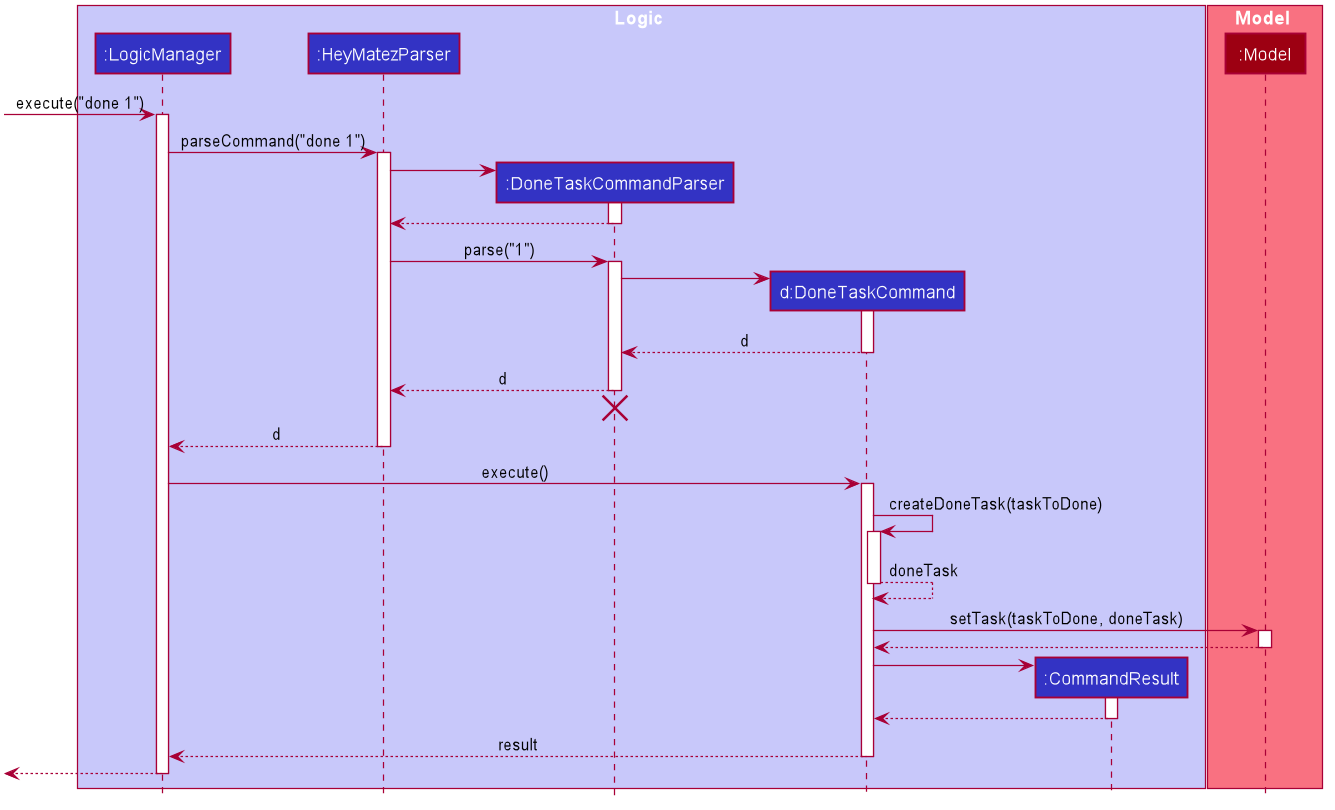
nus-cs2103-AY2021S2/tp keeps this PlantUML diagram as docs/images/DoneTaskSequenceDiagram.png. Above is the earlier version.
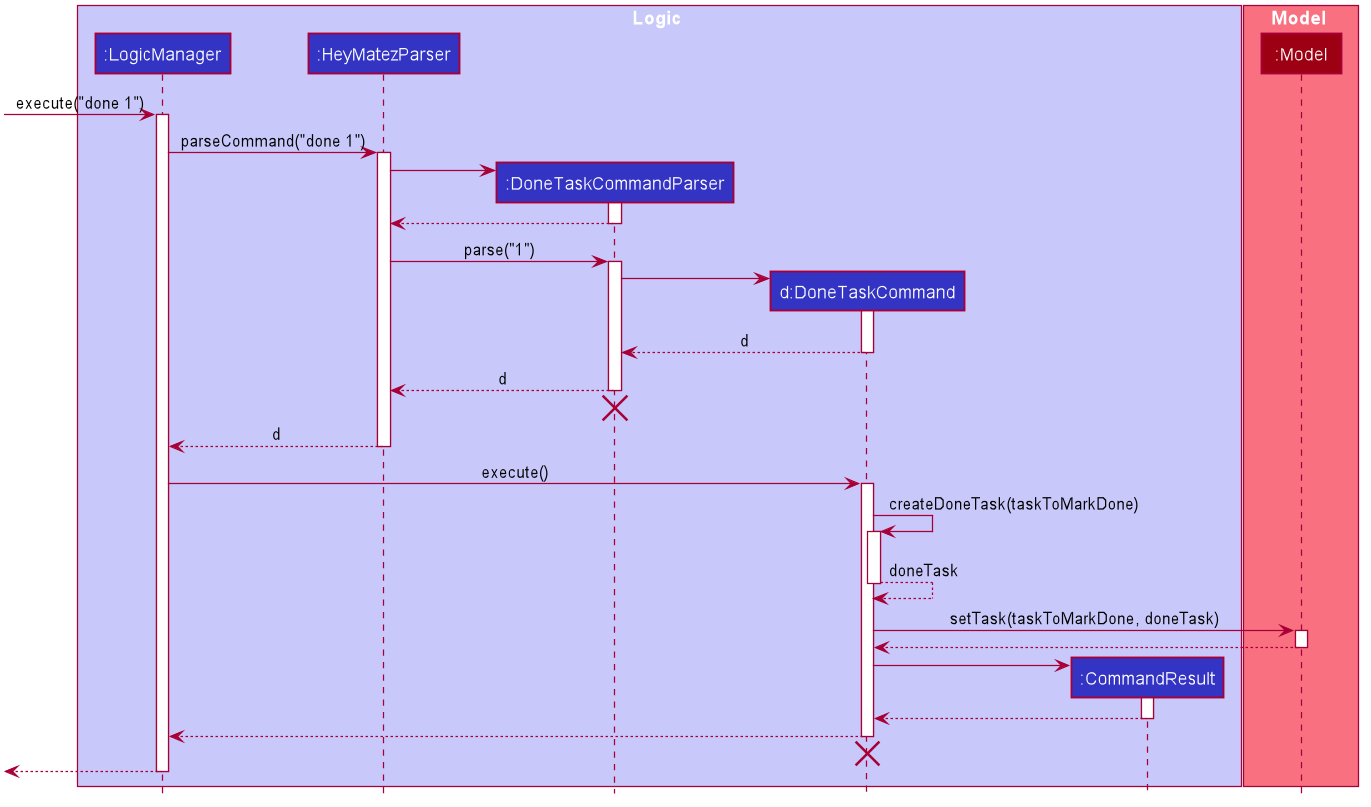
After the commit.

The edit, as a diff of the source:
```diff
@@ -94,13 +94,13 @@
 LogicManager -> DoneTaskCommand : execute()
 activate DoneTaskCommand
 
-DoneTaskCommand -> DoneTaskCommand : createDoneTask(taskToDone)
+DoneTaskCommand -> DoneTaskCommand : createDoneTask(taskToMarkDone)
 activate DoneTaskCommand
 
 DoneTaskCommand --> DoneTaskCommand : doneTask
 deactivate DoneTaskCommand
 
-DoneTaskCommand -> Model : setTask(taskToDone, doneTask)
+DoneTaskCommand -> Model : setTask(taskToMarkDone, doneTask)
 activate Model
 
 Model --> DoneTaskCommand
@@ -113,8 +113,10 @@
 CommandResult --> DoneTaskCommand
 deactivate CommandResult
 
-DoneTaskCommand --> LogicManager : result
+DoneTaskCommand --> LogicManager
 deactivate DoneTaskCommand
+DoneTaskCommand -[hidden]-> LogicManager
+destroy DoneTaskCommand
 
 [<--LogicManager
 deactivate LogicManager
```
